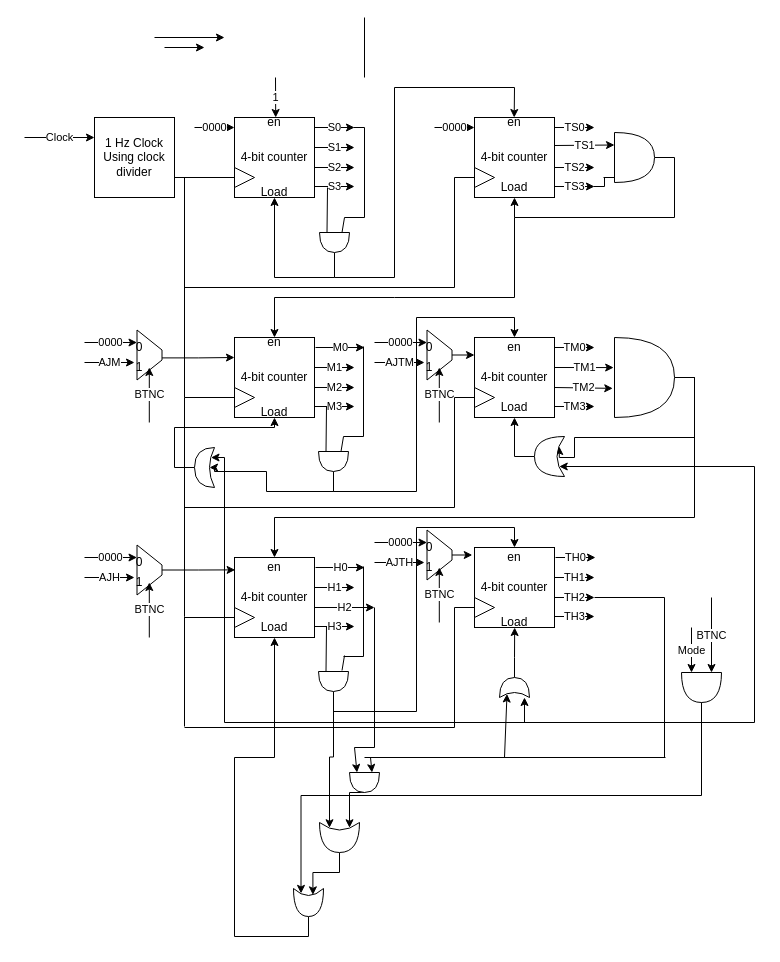
Above: page "Clock" (1 of 2) of Block Diagram.drawio in MagdElDinAhmed/DD1-Project2 (draw.io), before the change. Source tidied: cells renumbered, new cells numbered last; positions are measured from the earlier drawing's top-left corner, leaving out a move shared by most shapes. Both pictures are drawn from the tidied source at 100%, with x=0, y=0 at pixel (24, 17).
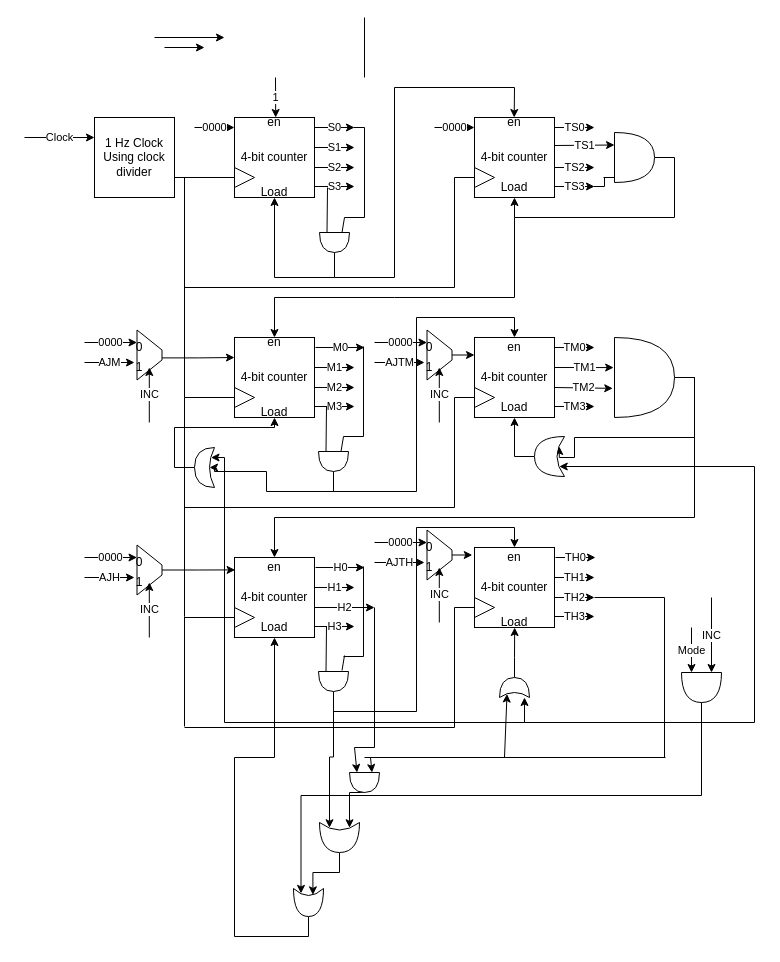
After the change.

The change refers to these unchanged cells:
```xml
<mxCell id="137" style="shape=or;whiteSpace=wrap;html=1;rotation=90;" parent="1" vertex="1">
  <mxGeometry x="662" y="650" width="30" height="40" as="geometry" />
</mxCell>
```

What changed in the source:
```diff
@@
-    <mxCell id="126" value="BTNC" style="endArrow=classic;html=1;rounded=0;" parent="1" edge="1">
+    <mxCell id="126" value="INC" style="endArrow=classic;html=1;rounded=0;" parent="1" edge="1">
       <mxGeometry relative="1" as="geometry">
         <mxPoint x="124.8" y="405" as="sourcePoint" />
         <mxPoint x="124.8" y="350" as="targetPoint" />
       </mxGeometry>
     </mxCell>
@@
-    <mxCell id="138" value="BTNC" style="endArrow=classic;html=1;rounded=0;entryX=0;entryY=0.25;entryDx=0;entryDy=0;entryPerimeter=0;" parent="1" edge="1" target="137">
+    <mxCell id="138" value="INC" style="endArrow=classic;html=1;rounded=0;entryX=0;entryY=0.25;entryDx=0;entryDy=0;entryPerimeter=0;" parent="1" edge="1" target="137">
       <mxGeometry relative="1" as="geometry">
         <mxPoint x="687" y="580" as="sourcePoint" />
       </mxGeometry>
     </mxCell>
@@
-    <mxCell id="148" value="BTNC" style="endArrow=classic;html=1;rounded=0;" parent="1" edge="1">
+    <mxCell id="148" value="INC" style="endArrow=classic;html=1;rounded=0;" parent="1" edge="1">
       <mxGeometry relative="1" as="geometry">
         <mxPoint x="414.8" y="405" as="sourcePoint" />
         <mxPoint x="414.8" y="350" as="targetPoint" />
       </mxGeometry>
     </mxCell>
@@
-    <mxCell id="155" value="BTNC" style="endArrow=classic;html=1;rounded=0;" parent="1" edge="1">
+    <mxCell id="155" value="INC" style="endArrow=classic;html=1;rounded=0;" parent="1" edge="1">
       <mxGeometry relative="1" as="geometry">
         <mxPoint x="124.8" y="620" as="sourcePoint" />
         <mxPoint x="124.8" y="565" as="targetPoint" />
       </mxGeometry>
     </mxCell>
@@
-    <mxCell id="162" value="BTNC" style="endArrow=classic;html=1;rounded=0;" parent="1" edge="1">
+    <mxCell id="162" value="INC" style="endArrow=classic;html=1;rounded=0;" parent="1" edge="1">
       <mxGeometry relative="1" as="geometry">
         <mxPoint x="414.8" y="605" as="sourcePoint" />
         <mxPoint x="414.8" y="550" as="targetPoint" />
       </mxGeometry>
     </mxCell>
```
